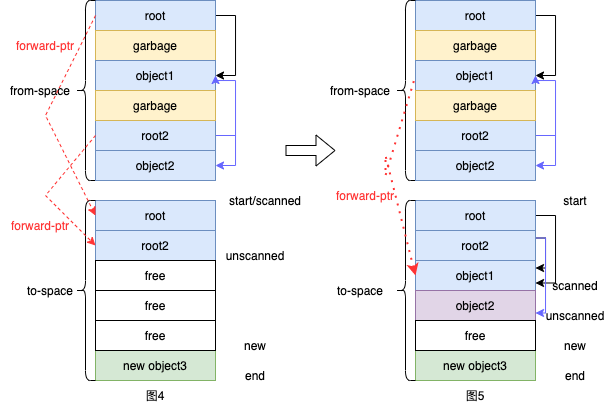
This is pic/baker2.png from Xiaoccer/MIT6.S081-2020-Note, a draw.io export, as it was before one commit. Source tidied: cells renumbered, new cells last; positions are measured from the earlier drawing's top-left corner, leaving out a move shared by most shapes. The source it was exported from:
```xml
<mxGraphModel>
  <root>
    <mxCell id="0" />
    <mxCell id="1" parent="0" />
    <mxCell id="2" style="edgeStyle=orthogonalEdgeStyle;rounded=0;jettySize=auto;html=1;exitX=1;exitY=0.5;exitDx=0;exitDy=0;entryX=1;entryY=0.5;entryDx=0;entryDy=0;" parent="1" edge="1" source="3" target="5">
      <mxGeometry relative="1" as="geometry" />
    </mxCell>
    <mxCell id="3" value="root" style="rounded=0;whiteSpace=wrap;html=1;fillColor=#dae8fc;strokeColor=#6c8ebf;" parent="1" vertex="1">
      <mxGeometry x="415" width="120" height="30" as="geometry" />
    </mxCell>
    <mxCell id="4" value="garbage" style="rounded=0;whiteSpace=wrap;html=1;fillColor=#fff2cc;strokeColor=#d6b656;" parent="1" vertex="1">
      <mxGeometry x="415" y="30" width="120" height="30" as="geometry" />
    </mxCell>
    <mxCell id="5" value="object1" style="rounded=0;whiteSpace=wrap;html=1;fillColor=#dae8fc;strokeColor=#6c8ebf;" parent="1" vertex="1">
      <mxGeometry x="415" y="60" width="120" height="30" as="geometry" />
    </mxCell>
    <mxCell id="6" style="edgeStyle=orthogonalEdgeStyle;rounded=0;jettySize=auto;html=1;exitX=1;exitY=0.5;exitDx=0;exitDy=0;entryX=1;entryY=0.5;entryDx=0;entryDy=0;strokeColor=#6666FF;" parent="1" edge="1" source="26" target="5">
      <mxGeometry relative="1" as="geometry">
        <Array as="points">
          <mxPoint x="535" y="135" />
          <mxPoint x="555" y="135" />
          <mxPoint x="555" y="80" />
          <mxPoint x="535" y="80" />
        </Array>
      </mxGeometry>
    </mxCell>
    <mxCell id="7" style="edgeStyle=orthogonalEdgeStyle;rounded=0;jettySize=auto;html=1;exitX=1;exitY=0.5;exitDx=0;exitDy=0;entryX=1;entryY=0.5;entryDx=0;entryDy=0;strokeColor=#6666FF;" parent="1" edge="1" source="8" target="26">
      <mxGeometry relative="1" as="geometry">
        <Array as="points">
          <mxPoint x="555" y="135" />
          <mxPoint x="555" y="165" />
        </Array>
      </mxGeometry>
    </mxCell>
    <mxCell id="8" value="root2" style="rounded=0;whiteSpace=wrap;html=1;fillColor=#dae8fc;strokeColor=#6c8ebf;" parent="1" vertex="1">
      <mxGeometry x="415" y="120" width="120" height="30" as="geometry" />
    </mxCell>
    <mxCell id="9" value="garbage" style="rounded=0;whiteSpace=wrap;html=1;fillColor=#fff2cc;strokeColor=#d6b656;" parent="1" vertex="1">
      <mxGeometry x="415" y="90" width="120" height="30" as="geometry" />
    </mxCell>
    <mxCell id="10" style="edgeStyle=orthogonalEdgeStyle;rounded=0;jettySize=auto;html=1;exitX=1;exitY=0.5;exitDx=0;exitDy=0;entryX=1;entryY=0.75;entryDx=0;entryDy=0;fontColor=#FF3333;startArrow=none;startFill=0;strokeColor=#000000;" parent="1" edge="1" source="11" target="15">
      <mxGeometry relative="1" as="geometry" />
    </mxCell>
    <mxCell id="11" value="root" style="rounded=0;whiteSpace=wrap;html=1;fillColor=#dae8fc;strokeColor=#6c8ebf;" parent="1" vertex="1">
      <mxGeometry x="415" y="200" width="120" height="30" as="geometry" />
    </mxCell>
    <mxCell id="12" style="edgeStyle=orthogonalEdgeStyle;rounded=0;jettySize=auto;html=1;exitX=1;exitY=0.25;exitDx=0;exitDy=0;entryX=1;entryY=0.25;entryDx=0;entryDy=0;fontColor=#FF3333;startArrow=none;startFill=0;strokeColor=#000000;" parent="1" edge="1" source="14" target="15">
      <mxGeometry relative="1" as="geometry">
        <Array as="points">
          <mxPoint x="545" y="238" />
          <mxPoint x="545" y="267" />
        </Array>
      </mxGeometry>
    </mxCell>
    <mxCell id="13" style="edgeStyle=orthogonalEdgeStyle;rounded=0;jettySize=auto;html=1;exitX=1;exitY=0.25;exitDx=0;exitDy=0;entryX=1;entryY=0.75;entryDx=0;entryDy=0;fontColor=#FF3333;startArrow=none;startFill=0;strokeColor=#6666FF;" parent="1" edge="1" source="14" target="16">
      <mxGeometry relative="1" as="geometry">
        <Array as="points">
          <mxPoint x="545" y="238" />
          <mxPoint x="545" y="312" />
        </Array>
      </mxGeometry>
    </mxCell>
    <mxCell id="14" value="root2" style="rounded=0;whiteSpace=wrap;html=1;fillColor=#dae8fc;strokeColor=#6c8ebf;" parent="1" vertex="1">
      <mxGeometry x="415" y="230" width="120" height="30" as="geometry" />
    </mxCell>
    <mxCell id="15" value="&lt;span&gt;object1&lt;/span&gt;" style="rounded=0;whiteSpace=wrap;html=1;fillColor=#dae8fc;strokeColor=#6c8ebf;" parent="1" vertex="1">
      <mxGeometry x="415" y="260" width="120" height="30" as="geometry" />
    </mxCell>
    <mxCell id="16" value="&lt;span&gt;object2&lt;/span&gt;" style="rounded=0;whiteSpace=wrap;html=1;fillColor=#e1d5e7;strokeColor=#9673a6;" parent="1" vertex="1">
      <mxGeometry x="415" y="290" width="120" height="30" as="geometry" />
    </mxCell>
    <mxCell id="17" value="&lt;span&gt;new object3&lt;/span&gt;" style="rounded=0;whiteSpace=wrap;html=1;fillColor=#d5e8d4;strokeColor=#82b366;" parent="1" vertex="1">
      <mxGeometry x="415" y="350" width="120" height="30" as="geometry" />
    </mxCell>
    <mxCell id="18" value="from-space" style="text;html=1;strokeColor=none;fillColor=none;align=center;verticalAlign=middle;whiteSpace=wrap;rounded=0;" parent="1" vertex="1">
      <mxGeometry x="325" y="80" width="70" height="20" as="geometry" />
    </mxCell>
    <mxCell id="19" value="to-space" style="text;html=1;strokeColor=none;fillColor=none;align=center;verticalAlign=middle;whiteSpace=wrap;rounded=0;" parent="1" vertex="1">
      <mxGeometry x="325" y="280" width="70" height="20" as="geometry" />
    </mxCell>
    <mxCell id="20" style="shape=curlyBracket;whiteSpace=wrap;html=1;rounded=1;fillColor=#000000;gradientColor=none;" parent="1" vertex="1">
      <mxGeometry x="395" width="20" height="180" as="geometry" />
    </mxCell>
    <mxCell id="21" style="shape=curlyBracket;whiteSpace=wrap;html=1;rounded=1;fillColor=#000000;gradientColor=none;" parent="1" vertex="1">
      <mxGeometry x="395" y="200" width="20" height="180" as="geometry" />
    </mxCell>
    <mxCell id="22" value="图5" style="text;html=1;strokeColor=none;fillColor=none;align=center;verticalAlign=middle;whiteSpace=wrap;rounded=0;" parent="1" vertex="1">
      <mxGeometry x="445" y="380" width="60" height="30" as="geometry" />
    </mxCell>
    <mxCell id="23" value="end" style="text;html=1;strokeColor=none;fillColor=none;align=center;verticalAlign=middle;whiteSpace=wrap;rounded=0;" parent="1" vertex="1">
      <mxGeometry x="545" y="360" width="60" height="30" as="geometry" />
    </mxCell>
    <mxCell id="24" value="new" style="text;html=1;strokeColor=none;fillColor=none;align=center;verticalAlign=middle;whiteSpace=wrap;rounded=0;" parent="1" vertex="1">
      <mxGeometry x="545" y="330" width="60" height="30" as="geometry" />
    </mxCell>
    <mxCell id="25" value="scanned" style="text;html=1;strokeColor=none;fillColor=none;align=center;verticalAlign=middle;whiteSpace=wrap;rounded=0;" parent="1" vertex="1">
      <mxGeometry x="545" y="270" width="60" height="30" as="geometry" />
    </mxCell>
    <mxCell id="26" value="object2" style="rounded=0;whiteSpace=wrap;html=1;fillColor=#dae8fc;strokeColor=#6c8ebf;" parent="1" vertex="1">
      <mxGeometry x="415" y="150" width="120" height="30" as="geometry" />
    </mxCell>
    <mxCell id="27" value="&lt;span&gt;free&lt;/span&gt;" style="rounded=0;whiteSpace=wrap;html=1;" parent="1" vertex="1">
      <mxGeometry x="415" y="320" width="120" height="30" as="geometry" />
    </mxCell>
    <mxCell id="28" value="unscanned" style="text;html=1;strokeColor=none;fillColor=none;align=center;verticalAlign=middle;whiteSpace=wrap;rounded=0;" parent="1" vertex="1">
      <mxGeometry x="545" y="300" width="60" height="30" as="geometry" />
    </mxCell>
    <mxCell id="29" value="&lt;font color=&quot;#ff3333&quot;&gt;forward-ptr&lt;/font&gt;" style="text;html=1;strokeColor=none;fillColor=none;align=center;verticalAlign=middle;whiteSpace=wrap;rounded=0;" parent="1" vertex="1">
      <mxGeometry x="325" y="180" width="80" height="30" as="geometry" />
    </mxCell>
    <mxCell id="30" style="endArrow=none;dashed=1;html=1;dashPattern=1 3;strokeWidth=2;rounded=0;exitX=0;exitY=0.5;exitDx=0;exitDy=0;entryX=0;entryY=0.5;entryDx=0;entryDy=0;startArrow=classic;startFill=1;strokeColor=#FF3333;" parent="1" edge="1" source="15" target="5">
      <mxGeometry relative="1" as="geometry">
        <Array as="points">
          <mxPoint x="385" y="155" />
          <mxPoint x="385" y="175" />
        </Array>
      </mxGeometry>
    </mxCell>
    <mxCell id="31" value="start" style="text;html=1;strokeColor=none;fillColor=none;align=center;verticalAlign=middle;whiteSpace=wrap;rounded=0;" parent="1" vertex="1">
      <mxGeometry x="545" y="185" width="60" height="30" as="geometry" />
    </mxCell>
    <mxCell id="32" style="edgeStyle=orthogonalEdgeStyle;rounded=0;jettySize=auto;html=1;exitX=1;exitY=0.5;exitDx=0;exitDy=0;entryX=1;entryY=0.5;entryDx=0;entryDy=0;" parent="1" edge="1" source="33" target="35">
      <mxGeometry relative="1" as="geometry" />
    </mxCell>
    <mxCell id="33" value="root" style="rounded=0;whiteSpace=wrap;html=1;fillColor=#dae8fc;strokeColor=#6c8ebf;" parent="1" vertex="1">
      <mxGeometry x="95" width="120" height="30" as="geometry" />
    </mxCell>
    <mxCell id="34" value="garbage" style="rounded=0;whiteSpace=wrap;html=1;fillColor=#fff2cc;strokeColor=#d6b656;" parent="1" vertex="1">
      <mxGeometry x="95" y="30" width="120" height="30" as="geometry" />
    </mxCell>
    <mxCell id="35" value="object1" style="rounded=0;whiteSpace=wrap;html=1;fillColor=#dae8fc;strokeColor=#6c8ebf;" parent="1" vertex="1">
      <mxGeometry x="95" y="60" width="120" height="30" as="geometry" />
    </mxCell>
    <mxCell id="36" style="edgeStyle=orthogonalEdgeStyle;rounded=0;jettySize=auto;html=1;exitX=1;exitY=0.5;exitDx=0;exitDy=0;entryX=1;entryY=0.5;entryDx=0;entryDy=0;strokeColor=#6666FF;" parent="1" edge="1" source="52" target="35">
      <mxGeometry relative="1" as="geometry">
        <Array as="points">
          <mxPoint x="215" y="135" />
          <mxPoint x="235" y="135" />
          <mxPoint x="235" y="80" />
          <mxPoint x="215" y="80" />
        </Array>
      </mxGeometry>
    </mxCell>
    <mxCell id="37" style="edgeStyle=orthogonalEdgeStyle;rounded=0;jettySize=auto;html=1;exitX=1;exitY=0.5;exitDx=0;exitDy=0;entryX=1;entryY=0.5;entryDx=0;entryDy=0;strokeColor=#6666FF;" parent="1" edge="1" source="38" target="52">
      <mxGeometry relative="1" as="geometry">
        <Array as="points">
          <mxPoint x="235" y="135" />
          <mxPoint x="235" y="165" />
        </Array>
      </mxGeometry>
    </mxCell>
    <mxCell id="38" value="root2" style="rounded=0;whiteSpace=wrap;html=1;fillColor=#dae8fc;strokeColor=#6c8ebf;" parent="1" vertex="1">
      <mxGeometry x="95" y="120" width="120" height="30" as="geometry" />
    </mxCell>
    <mxCell id="39" value="garbage" style="rounded=0;whiteSpace=wrap;html=1;fillColor=#fff2cc;strokeColor=#d6b656;" parent="1" vertex="1">
      <mxGeometry x="95" y="90" width="120" height="30" as="geometry" />
    </mxCell>
    <mxCell id="40" value="root" style="rounded=0;whiteSpace=wrap;html=1;fillColor=#dae8fc;strokeColor=#6c8ebf;" parent="1" vertex="1">
      <mxGeometry x="95" y="200" width="120" height="30" as="geometry" />
    </mxCell>
    <mxCell id="41" value="root2" style="rounded=0;whiteSpace=wrap;html=1;fillColor=#dae8fc;strokeColor=#6c8ebf;" parent="1" vertex="1">
      <mxGeometry x="95" y="230" width="120" height="30" as="geometry" />
    </mxCell>
    <mxCell id="42" value="&lt;span&gt;free&lt;/span&gt;" style="rounded=0;whiteSpace=wrap;html=1;" parent="1" vertex="1">
      <mxGeometry x="95" y="260" width="120" height="30" as="geometry" />
    </mxCell>
    <mxCell id="43" value="&lt;span&gt;free&lt;/span&gt;" style="rounded=0;whiteSpace=wrap;html=1;" parent="1" vertex="1">
      <mxGeometry x="95" y="290" width="120" height="30" as="geometry" />
    </mxCell>
    <mxCell id="44" value="&lt;span&gt;new object3&lt;/span&gt;" style="rounded=0;whiteSpace=wrap;html=1;fillColor=#d5e8d4;strokeColor=#82b366;" parent="1" vertex="1">
      <mxGeometry x="95" y="350" width="120" height="30" as="geometry" />
    </mxCell>
    <mxCell id="45" value="from-space" style="text;html=1;strokeColor=none;fillColor=none;align=center;verticalAlign=middle;whiteSpace=wrap;rounded=0;" parent="1" vertex="1">
      <mxGeometry x="5" y="80" width="70" height="20" as="geometry" />
    </mxCell>
    <mxCell id="46" value="to-space" style="text;html=1;strokeColor=none;fillColor=none;align=center;verticalAlign=middle;whiteSpace=wrap;rounded=0;" parent="1" vertex="1">
      <mxGeometry x="15" y="280" width="70" height="20" as="geometry" />
    </mxCell>
    <mxCell id="47" style="shape=curlyBracket;whiteSpace=wrap;html=1;rounded=1;fillColor=#000000;gradientColor=none;" parent="1" vertex="1">
      <mxGeometry x="75" width="20" height="180" as="geometry" />
    </mxCell>
    <mxCell id="48" style="shape=curlyBracket;whiteSpace=wrap;html=1;rounded=1;fillColor=#000000;gradientColor=none;" parent="1" vertex="1">
      <mxGeometry x="75" y="200" width="20" height="180" as="geometry" />
    </mxCell>
    <mxCell id="49" value="图4" style="text;html=1;strokeColor=none;fillColor=none;align=center;verticalAlign=middle;whiteSpace=wrap;rounded=0;" parent="1" vertex="1">
      <mxGeometry x="125" y="380" width="60" height="30" as="geometry" />
    </mxCell>
    <mxCell id="50" value="end" style="text;html=1;strokeColor=none;fillColor=none;align=center;verticalAlign=middle;whiteSpace=wrap;rounded=0;" parent="1" vertex="1">
      <mxGeometry x="225" y="360" width="60" height="30" as="geometry" />
    </mxCell>
    <mxCell id="51" value="new" style="text;html=1;strokeColor=none;fillColor=none;align=center;verticalAlign=middle;whiteSpace=wrap;rounded=0;" parent="1" vertex="1">
      <mxGeometry x="225" y="330" width="60" height="30" as="geometry" />
    </mxCell>
    <mxCell id="52" value="object2" style="rounded=0;whiteSpace=wrap;html=1;fillColor=#dae8fc;strokeColor=#6c8ebf;" parent="1" vertex="1">
      <mxGeometry x="95" y="150" width="120" height="30" as="geometry" />
    </mxCell>
    <mxCell id="53" value="&lt;span&gt;free&lt;/span&gt;" style="rounded=0;whiteSpace=wrap;html=1;" parent="1" vertex="1">
      <mxGeometry x="95" y="320" width="120" height="30" as="geometry" />
    </mxCell>
    <mxCell id="54" value="unscanned" style="text;html=1;strokeColor=none;fillColor=none;align=center;verticalAlign=middle;whiteSpace=wrap;rounded=0;" parent="1" vertex="1">
      <mxGeometry x="225" y="240" width="60" height="30" as="geometry" />
    </mxCell>
    <mxCell id="55" value="start/scanned" style="text;html=1;strokeColor=none;fillColor=none;align=center;verticalAlign=middle;whiteSpace=wrap;rounded=0;" parent="1" vertex="1">
      <mxGeometry x="235" y="185" width="60" height="30" as="geometry" />
    </mxCell>
    <mxCell id="56" style="shape=flexArrow;endArrow=classic;html=1;rounded=0;fontColor=#FF3333;strokeColor=#000000;" parent="1" edge="1">
      <mxGeometry relative="1" as="geometry">
        <mxPoint x="285" y="150" as="sourcePoint" />
        <mxPoint x="335" y="150" as="targetPoint" />
      </mxGeometry>
    </mxCell>
    <mxCell id="57" style="endArrow=classic;html=1;rounded=0;fontColor=#FF3333;strokeColor=#FF3333;exitX=0;exitY=0.5;exitDx=0;exitDy=0;entryX=0;entryY=0.5;entryDx=0;entryDy=0;dashed=1;" parent="1" edge="1" source="33" target="40">
      <mxGeometry relative="1" as="geometry">
        <Array as="points">
          <mxPoint x="45" y="115" />
        </Array>
      </mxGeometry>
    </mxCell>
    <mxCell id="58" style="endArrow=classic;html=1;rounded=0;dashed=1;fontColor=#FF3333;strokeColor=#FF3333;exitX=0;exitY=0.5;exitDx=0;exitDy=0;entryX=0;entryY=0.5;entryDx=0;entryDy=0;" parent="1" edge="1" source="38" target="41">
      <mxGeometry relative="1" as="geometry">
        <Array as="points">
          <mxPoint x="45" y="195" />
        </Array>
      </mxGeometry>
    </mxCell>
    <mxCell id="59" value="&lt;font color=&quot;#ff3333&quot;&gt;forward-ptr&lt;/font&gt;" style="text;html=1;strokeColor=none;fillColor=none;align=center;verticalAlign=middle;whiteSpace=wrap;rounded=0;" parent="1" vertex="1">
      <mxGeometry x="5" y="30" width="80" height="30" as="geometry" />
    </mxCell>
    <mxCell id="60" value="&lt;font color=&quot;#ff3333&quot;&gt;forward-ptr&lt;/font&gt;" style="text;html=1;strokeColor=none;fillColor=none;align=center;verticalAlign=middle;whiteSpace=wrap;rounded=0;" parent="1" vertex="1">
      <mxGeometry y="210" width="80" height="30" as="geometry" />
    </mxCell>
  </root>
</mxGraphModel>
```
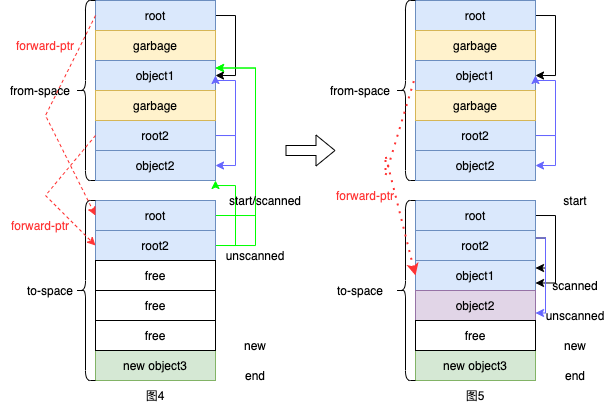
The same diagram one commit later.

Commit message:
add baker note

What changed in the source:
```diff
@@ -155,9 +155,34 @@
     <mxCell id="39" value="garbage" style="rounded=0;whiteSpace=wrap;html=1;fillColor=#fff2cc;strokeColor=#d6b656;" parent="1" vertex="1">
       <mxGeometry x="95" y="90" width="120" height="30" as="geometry" />
     </mxCell>
+    <mxCell id="61" style="edgeStyle=orthogonalEdgeStyle;rounded=0;jettySize=auto;html=1;exitX=1;exitY=0.5;exitDx=0;exitDy=0;entryX=1;entryY=0.25;entryDx=0;entryDy=0;fontColor=#FF3333;startArrow=none;startFill=0;strokeColor=#00FF00;" parent="1" edge="1" source="40" target="35">
+      <mxGeometry relative="1" as="geometry">
+        <Array as="points">
+          <mxPoint x="255" y="215" />
+          <mxPoint x="255" y="68" />
+        </Array>
+      </mxGeometry>
+    </mxCell>
     <mxCell id="40" value="root" style="rounded=0;whiteSpace=wrap;html=1;fillColor=#dae8fc;strokeColor=#6c8ebf;" parent="1" vertex="1">
       <mxGeometry x="95" y="200" width="120" height="30" as="geometry" />
     </mxCell>
+    <mxCell id="62" style="edgeStyle=orthogonalEdgeStyle;rounded=0;jettySize=auto;html=1;exitX=1;exitY=0.5;exitDx=0;exitDy=0;entryX=1;entryY=1;entryDx=0;entryDy=0;fontColor=#00FF00;startArrow=none;startFill=0;strokeColor=#00FF00;" parent="1" edge="1" source="41" target="52">
+      <mxGeometry relative="1" as="geometry">
+        <Array as="points">
+          <mxPoint x="235" y="245" />
+          <mxPoint x="235" y="185" />
+          <mxPoint x="215" y="185" />
+        </Array>
+      </mxGeometry>
+    </mxCell>
+    <mxCell id="63" style="edgeStyle=orthogonalEdgeStyle;rounded=0;jettySize=auto;html=1;exitX=1;exitY=0.5;exitDx=0;exitDy=0;entryX=1;entryY=0.25;entryDx=0;entryDy=0;fontColor=#00FF00;startArrow=none;startFill=0;strokeColor=#00FF00;" parent="1" edge="1" source="41" target="35">
+      <mxGeometry relative="1" as="geometry">
+        <Array as="points">
+          <mxPoint x="255" y="245" />
+          <mxPoint x="255" y="68" />
+        </Array>
+      </mxGeometry>
+    </mxCell>
     <mxCell id="41" value="root2" style="rounded=0;whiteSpace=wrap;html=1;fillColor=#dae8fc;strokeColor=#6c8ebf;" parent="1" vertex="1">
       <mxGeometry x="95" y="230" width="120" height="30" as="geometry" />
     </mxCell>
```
